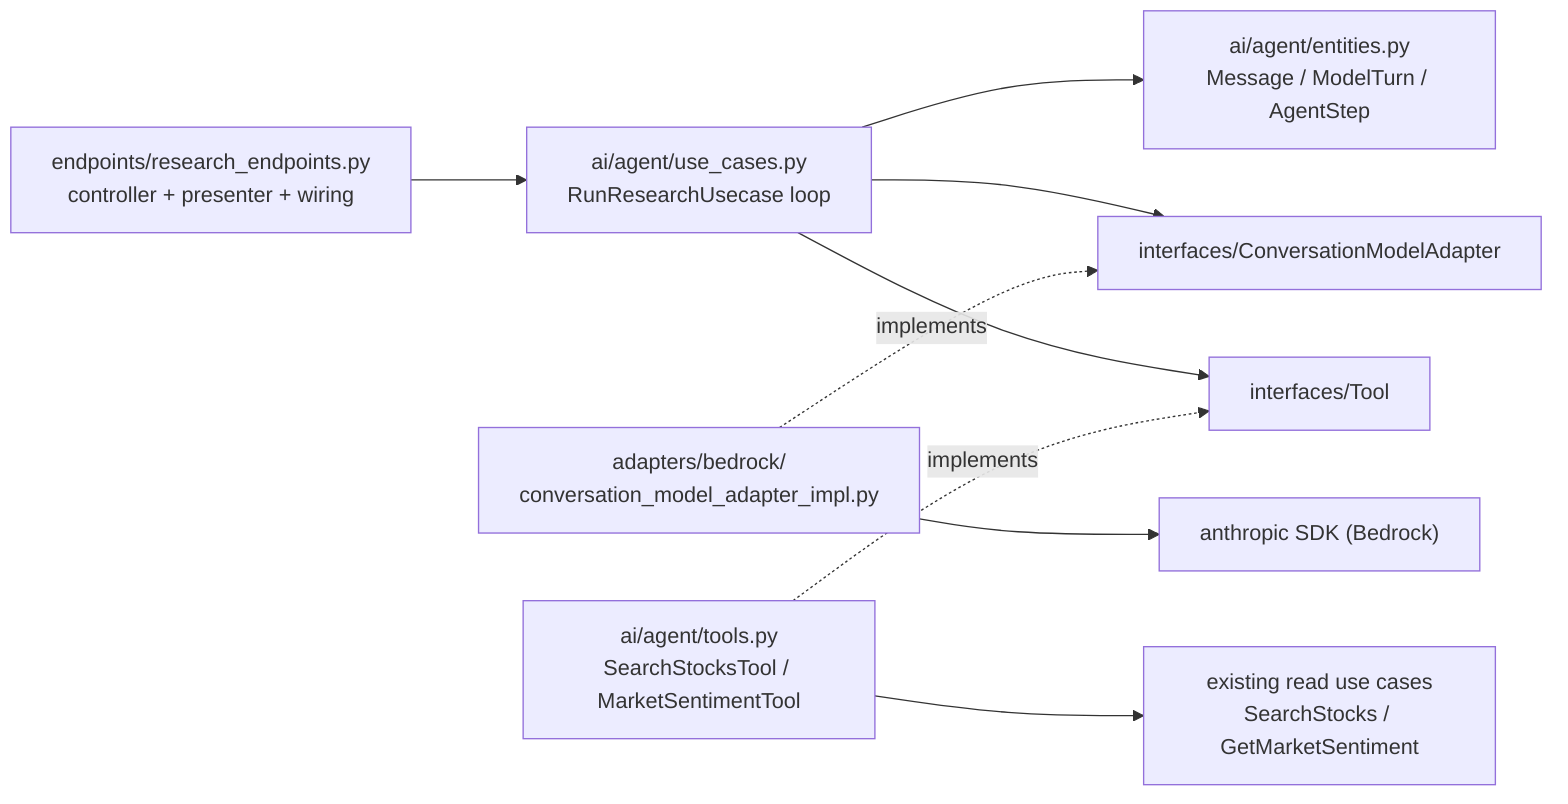
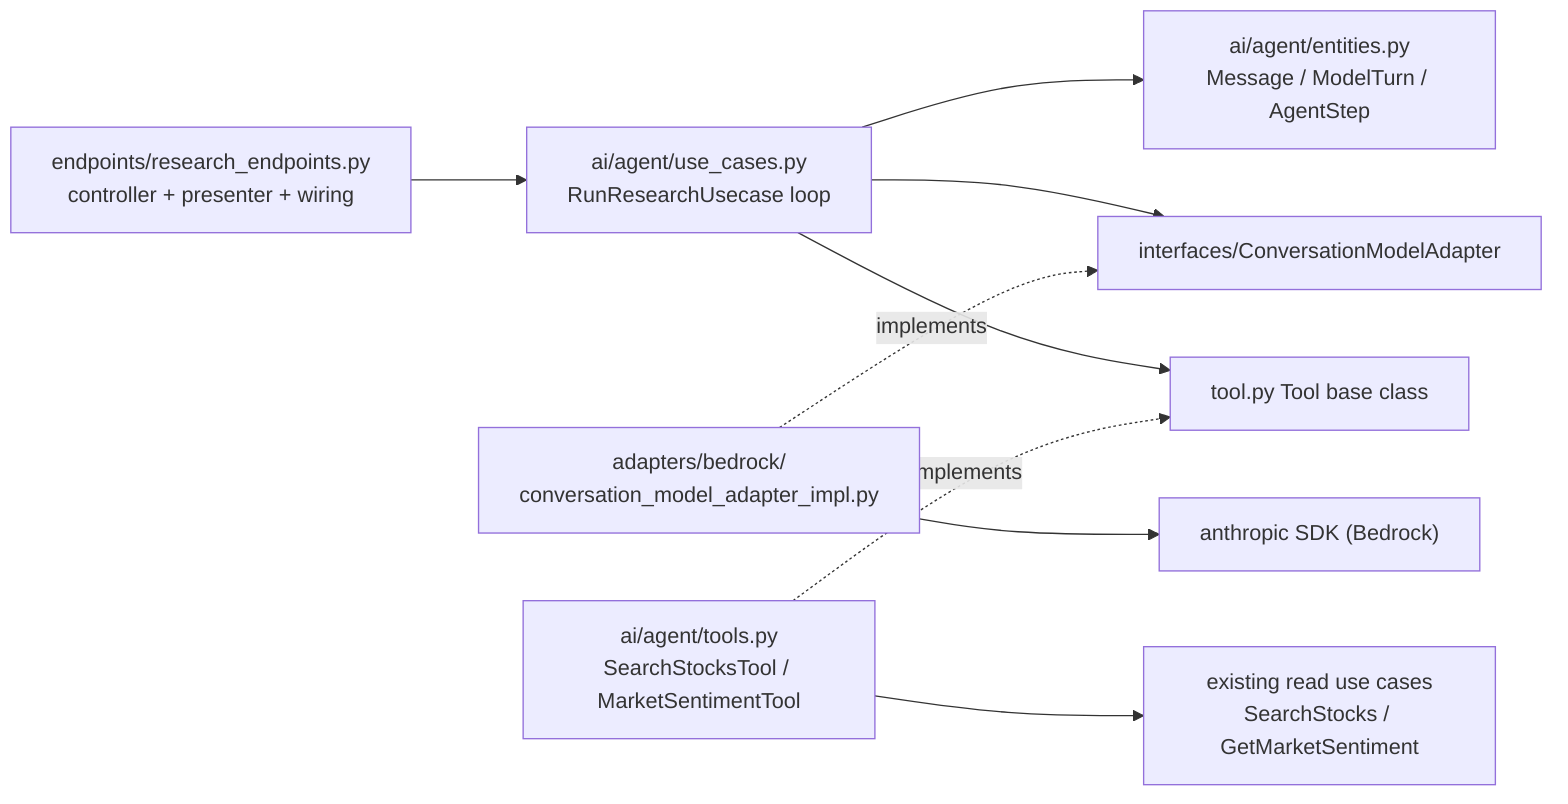
graph LR
    EP["endpoints/research_endpoints.py<br/>controller + presenter + wiring"] --> UC["ai/agent/use_cases.py<br/>RunResearchUsecase loop"]
    UC --> E["ai/agent/entities.py<br/>Message / ModelTurn / AgentStep"]
    UC --> P1["interfaces/ConversationModelAdapter"]
-     UC --> P2["interfaces/Tool"]
+     UC --> P2["tool.py Tool base class"]
    AD["adapters/bedrock/<br/>conversation_model_adapter_impl.py"] -. implements .-> P1
    T["ai/agent/tools.py<br/>SearchStocksTool / MarketSentimentTool"] -. implements .-> P2
    T --> UC2["existing read use cases<br/>SearchStocks / GetMarketSentiment"]
    AD --> SDK["anthropic SDK (Bedrock)"]
